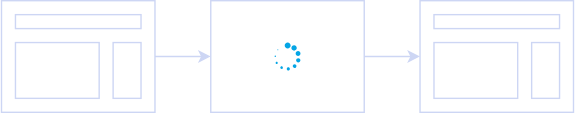
Before: public/assets/spa-before.drawio.svg, a diagram exported from draw.io (b-legrand/analogjs-the-angular-meta-framework). Source tidied: cells renumbered, new cells last; positions are measured from the earlier drawing's top-left corner, leaving out a move shared by most shapes. Its diagram source:
```xml
<mxGraphModel>
  <root>
    <mxCell id="0" />
    <mxCell id="1" parent="0" />
    <mxCell id="2" style="edgeStyle=none;html=1;exitX=1;exitY=0.5;exitDx=0;exitDy=0;entryX=0;entryY=0.5;entryDx=0;entryDy=0;strokeColor=#CDD6F4;" parent="1" edge="1" source="3" target="11">
      <mxGeometry relative="1" as="geometry" />
    </mxCell>
    <mxCell id="3" style="rounded=0;whiteSpace=wrap;html=1;fillColor=none;strokeColor=#CDD6F4;" parent="1" vertex="1">
      <mxGeometry width="110" height="80" as="geometry" />
    </mxCell>
    <mxCell id="4" style="rounded=0;whiteSpace=wrap;html=1;fillColor=none;strokeColor=#CDD6F4;" parent="1" vertex="1">
      <mxGeometry x="10" y="10" width="90" height="10" as="geometry" />
    </mxCell>
    <mxCell id="5" style="rounded=0;whiteSpace=wrap;html=1;fillColor=none;strokeColor=#CDD6F4;" parent="1" vertex="1">
      <mxGeometry x="10" y="30" width="60" height="40" as="geometry" />
    </mxCell>
    <mxCell id="6" style="rounded=0;whiteSpace=wrap;html=1;fillColor=none;strokeColor=#CDD6F4;" parent="1" vertex="1">
      <mxGeometry x="80" y="30" width="20" height="40" as="geometry" />
    </mxCell>
    <mxCell id="7" style="rounded=0;whiteSpace=wrap;html=1;fillColor=none;strokeColor=#CDD6F4;" parent="1" vertex="1">
      <mxGeometry x="300" width="110" height="80" as="geometry" />
    </mxCell>
    <mxCell id="8" style="rounded=0;whiteSpace=wrap;html=1;fillColor=none;strokeColor=#CDD6F4;" parent="1" vertex="1">
      <mxGeometry x="310" y="10" width="90" height="10" as="geometry" />
    </mxCell>
    <mxCell id="9" style="rounded=0;whiteSpace=wrap;html=1;fillColor=none;strokeColor=#CDD6F4;" parent="1" vertex="1">
      <mxGeometry x="310" y="30" width="60" height="40" as="geometry" />
    </mxCell>
    <mxCell id="10" style="rounded=0;whiteSpace=wrap;html=1;fillColor=none;strokeColor=#CDD6F4;" parent="1" vertex="1">
      <mxGeometry x="380" y="30" width="20" height="40" as="geometry" />
    </mxCell>
    <mxCell id="11" style="rounded=0;whiteSpace=wrap;html=1;fillColor=none;strokeColor=#CDD6F4;" parent="1" vertex="1">
      <mxGeometry x="150" width="110" height="80" as="geometry" />
    </mxCell>
    <mxCell id="12" style="edgeStyle=none;html=1;exitX=1;exitY=0.5;exitDx=0;exitDy=0;entryX=0;entryY=0.5;entryDx=0;entryDy=0;strokeColor=#CDD6F4;" parent="1" edge="1" source="11" target="7">
      <mxGeometry relative="1" as="geometry" />
    </mxCell>
    <mxCell id="13" style="sketch=0;html=1;strokeColor=none;shadow=0;align=center;verticalAlign=top;fillColor=#04A5E5;shape=mxgraph.gcp2.loading_2;" parent="1" vertex="1">
      <mxGeometry x="195.7" y="30" width="18.6" height="20" as="geometry" />
    </mxCell>
  </root>
</mxGraphModel>
```
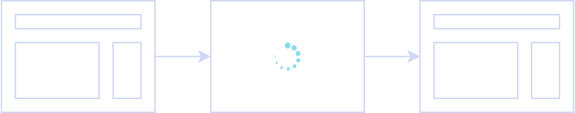
Later version of the same file.

Diff of the diagram source:
```diff
@@ -35,7 +35,7 @@
     <mxCell id="12" style="edgeStyle=none;html=1;exitX=1;exitY=0.5;exitDx=0;exitDy=0;entryX=0;entryY=0.5;entryDx=0;entryDy=0;strokeColor=#CDD6F4;" parent="1" edge="1" source="11" target="7">
       <mxGeometry relative="1" as="geometry" />
     </mxCell>
-    <mxCell id="13" style="sketch=0;html=1;strokeColor=none;shadow=0;align=center;verticalAlign=top;fillColor=#04A5E5;shape=mxgraph.gcp2.loading_2;" parent="1" vertex="1">
+    <mxCell id="13" style="sketch=0;html=1;strokeColor=none;shadow=0;align=center;verticalAlign=top;fillColor=#89dceb;shape=mxgraph.gcp2.loading_2;" parent="1" vertex="1">
       <mxGeometry x="195.7" y="30" width="18.6" height="20" as="geometry" />
     </mxCell>
   </root>
```
